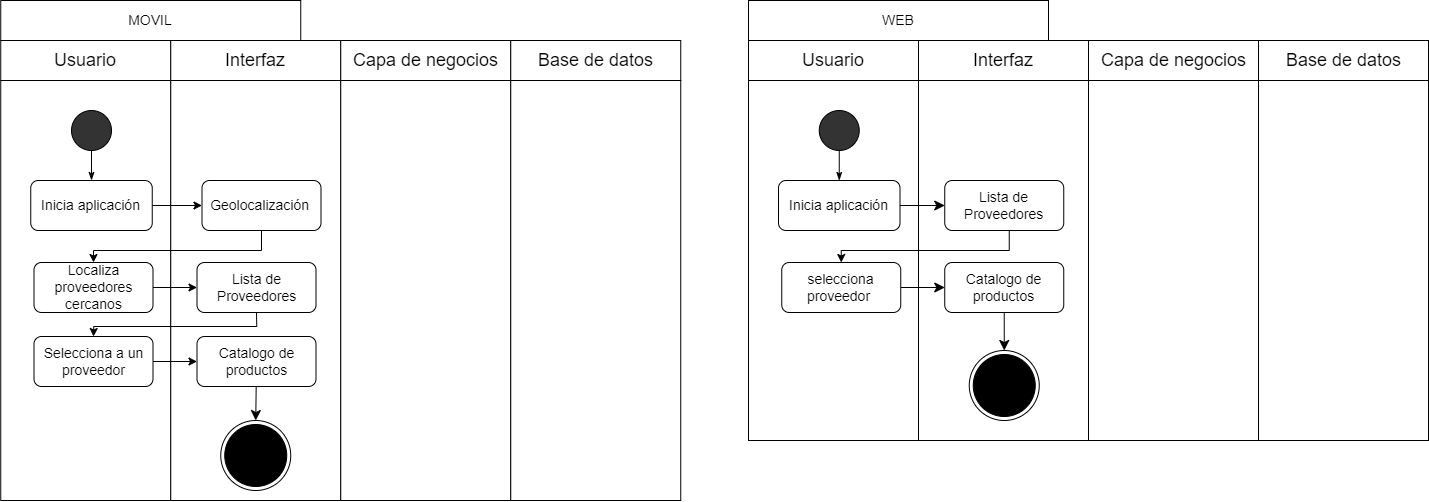
SoyElMato1/Grupo4-GreenMarket keeps this draw.io diagram as Fase 1/Evidencias Grupales/Diagramas/3) Diagrama de Actividad/32) Catalogo de productos.png. Above is the earlier version. Source tidied: cells renumbered, new cells last; positions are measured from the earlier drawing's top-left corner, leaving out a move shared by most shapes.
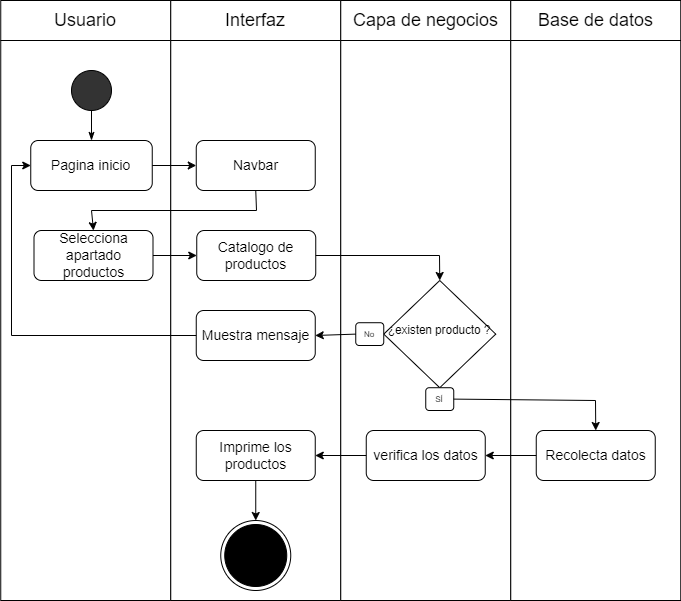
The same file after the commit.

Change to the diagram source:
```diff
@@ -42,179 +42,109 @@
       <mxGeometry x="7.5" y="5" width="155" height="30" as="geometry" />
     </mxCell>
     <mxCell id="15" style="rounded=0;whiteSpace=wrap;html=1;" parent="1" vertex="1">
-      <mxGeometry x="0.2" y="80" width="170" height="420" as="geometry" />
+      <mxGeometry x="0.2" y="80" width="170" height="560" as="geometry" />
     </mxCell>
     <mxCell id="16" style="rounded=0;whiteSpace=wrap;html=1;" parent="1" vertex="1">
-      <mxGeometry x="170.2" y="80" width="170" height="420" as="geometry" />
+      <mxGeometry x="170.2" y="80" width="170" height="560" as="geometry" />
     </mxCell>
     <mxCell id="17" style="rounded=0;whiteSpace=wrap;html=1;" parent="1" vertex="1">
-      <mxGeometry x="340.2" y="80" width="170" height="420" as="geometry" />
+      <mxGeometry x="340.2" y="80" width="170" height="560" as="geometry" />
     </mxCell>
     <mxCell id="18" style="rounded=0;whiteSpace=wrap;html=1;" parent="1" vertex="1">
-      <mxGeometry x="510.2" y="80" width="170" height="420" as="geometry" />
+      <mxGeometry x="510.2" y="80" width="170" height="560" as="geometry" />
     </mxCell>
     <mxCell id="19" style="ellipse;whiteSpace=wrap;html=1;fontSize=18;fillColor=#333333;" parent="1" vertex="1">
       <mxGeometry x="71" y="110" width="40" height="40" as="geometry" />
     </mxCell>
-    <mxCell id="20" value="Inicia aplicación" style="rounded=1;whiteSpace=wrap;html=1;fontSize=14;" parent="1" vertex="1">
-      <mxGeometry x="30.2" y="180" width="121.5" height="50" as="geometry" />
-    </mxCell>
-    <mxCell id="21" style="endArrow=none;html=1;rounded=0;fontSize=18;entryX=0.5;entryY=1;entryDx=0;entryDy=0;exitX=0.5;exitY=0;exitDx=0;exitDy=0;startArrow=classicThin;startFill=1;" parent="1" edge="1" source="20" target="19">
-      <mxGeometry relative="1" as="geometry" />
-    </mxCell>
-    <mxCell id="22" value="Geolocalización&amp;nbsp;" style="rounded=1;whiteSpace=wrap;html=1;fontSize=14;" parent="1" vertex="1">
-      <mxGeometry x="201.5" y="180" width="119" height="50" as="geometry" />
-    </mxCell>
-    <mxCell id="23" style="endArrow=classic;html=1;rounded=0;exitX=1;exitY=0.5;exitDx=0;exitDy=0;entryX=0;entryY=0.5;entryDx=0;entryDy=0;" parent="1" edge="1" source="20" target="22">
-      <mxGeometry relative="1" as="geometry" />
-    </mxCell>
-    <mxCell id="24" style="endArrow=classic;html=1;rounded=0;entryX=0.5;entryY=0;entryDx=0;entryDy=0;exitX=0.5;exitY=1;exitDx=0;exitDy=0;" parent="1" edge="1" source="22" target="26">
-      <mxGeometry relative="1" as="geometry">
-        <Array as="points">
-          <mxPoint x="261" y="250" />
-          <mxPoint x="93" y="250" />
-        </Array>
-      </mxGeometry>
-    </mxCell>
-    <mxCell id="25" style="ellipse;html=1;shape=endState;fillColor=#000000;strokeColor=#000000;" parent="1" vertex="1">
-      <mxGeometry x="220.2" y="420" width="70" height="70" as="geometry" />
-    </mxCell>
-    <mxCell id="26" value="Localiza proveedores cercanos" style="rounded=1;whiteSpace=wrap;html=1;fontSize=14;" parent="1" vertex="1">
-      <mxGeometry x="33.5" y="262" width="119" height="50" as="geometry" />
-    </mxCell>
-    <mxCell id="27" value="Selecciona a un proveedor" style="rounded=1;whiteSpace=wrap;html=1;fontSize=14;" parent="1" vertex="1">
-      <mxGeometry x="33.5" y="336" width="119" height="50" as="geometry" />
-    </mxCell>
-    <mxCell id="28" value="Lista de Proveedores" style="rounded=1;whiteSpace=wrap;html=1;fontSize=14;" parent="1" vertex="1">
-      <mxGeometry x="196.5" y="262" width="119" height="50" as="geometry" />
-    </mxCell>
-    <mxCell id="29" style="edgeStyle=none;curved=1;rounded=0;jettySize=auto;html=1;fontSize=12;startSize=8;endSize=8;" parent="1" edge="1" source="30" target="25">
-      <mxGeometry relative="1" as="geometry" />
-    </mxCell>
-    <mxCell id="30" value="Catalogo de productos" style="rounded=1;whiteSpace=wrap;html=1;fontSize=14;" parent="1" vertex="1">
-      <mxGeometry x="196.5" y="336" width="119" height="50" as="geometry" />
-    </mxCell>
-    <mxCell id="31" style="endArrow=classic;html=1;rounded=0;exitX=1;exitY=0.5;exitDx=0;exitDy=0;entryX=0;entryY=0.5;entryDx=0;entryDy=0;" parent="1" edge="1" source="26" target="28">
-      <mxGeometry relative="1" as="geometry" />
-    </mxCell>
-    <mxCell id="32" style="endArrow=classic;html=1;rounded=0;exitX=0.5;exitY=1;exitDx=0;exitDy=0;entryX=0.5;entryY=0;entryDx=0;entryDy=0;" parent="1" edge="1" source="28" target="27">
-      <mxGeometry relative="1" as="geometry">
-        <Array as="points">
-          <mxPoint x="256.2" y="326" />
-          <mxPoint x="93.2" y="326" />
-        </Array>
-      </mxGeometry>
-    </mxCell>
-    <mxCell id="33" style="endArrow=classic;html=1;rounded=0;exitX=1;exitY=0.5;exitDx=0;exitDy=0;entryX=0;entryY=0.5;entryDx=0;entryDy=0;" parent="1" edge="1" source="27" target="30">
-      <mxGeometry relative="1" as="geometry" />
-    </mxCell>
-    <mxCell id="34" style="group;" parent="1" vertex="1">
-      <mxGeometry x="748" y="40" width="680" height="40" as="geometry" />
-    </mxCell>
-    <mxCell id="35" style="group;" parent="34" vertex="1">
-      <mxGeometry width="170" height="40" as="geometry" />
-    </mxCell>
-    <mxCell id="36" style="rounded=0;whiteSpace=wrap;html=1;fontSize=14;fillColor=#FFFFFF;" parent="35" vertex="1">
-      <mxGeometry width="170" height="40" as="geometry" />
-    </mxCell>
-    <mxCell id="37" value="&lt;font style=&quot;font-size: 18px;&quot;&gt;Usuario&lt;/font&gt;" style="text;html=1;strokeColor=none;fillColor=none;align=center;verticalAlign=middle;whiteSpace=wrap;rounded=0;" parent="35" vertex="1">
-      <mxGeometry x="55" y="5" width="60" height="30" as="geometry" />
-    </mxCell>
-    <mxCell id="38" style="group;" parent="34" vertex="1">
-      <mxGeometry x="170" width="170" height="40" as="geometry" />
-    </mxCell>
-    <mxCell id="39" style="rounded=0;whiteSpace=wrap;html=1;fontSize=14;fillColor=#FFFFFF;" parent="38" vertex="1">
-      <mxGeometry width="170" height="40" as="geometry" />
-    </mxCell>
-    <mxCell id="40" value="&lt;span style=&quot;font-size: 18px;&quot;&gt;Interfaz&lt;/span&gt;" style="text;html=1;strokeColor=none;fillColor=none;align=center;verticalAlign=middle;whiteSpace=wrap;rounded=0;" parent="38" vertex="1">
-      <mxGeometry x="55" y="5" width="60" height="30" as="geometry" />
-    </mxCell>
-    <mxCell id="41" style="group;" parent="34" vertex="1">
-      <mxGeometry x="340" width="170" height="40" as="geometry" />
-    </mxCell>
-    <mxCell id="42" style="rounded=0;whiteSpace=wrap;html=1;fontSize=14;fillColor=#FFFFFF;" parent="41" vertex="1">
-      <mxGeometry width="170" height="40" as="geometry" />
-    </mxCell>
-    <mxCell id="43" value="&lt;span style=&quot;font-size: 18px;&quot;&gt;Capa de negocios&lt;/span&gt;" style="text;html=1;strokeColor=none;fillColor=none;align=center;verticalAlign=middle;whiteSpace=wrap;rounded=0;" parent="41" vertex="1">
-      <mxGeometry x="7.5" y="5" width="155" height="30" as="geometry" />
-    </mxCell>
-    <mxCell id="44" style="group;" parent="34" vertex="1">
-      <mxGeometry x="510" width="170" height="40" as="geometry" />
-    </mxCell>
-    <mxCell id="45" style="rounded=0;whiteSpace=wrap;html=1;fontSize=14;fillColor=#FFFFFF;" parent="44" vertex="1">
-      <mxGeometry width="170" height="40" as="geometry" />
-    </mxCell>
-    <mxCell id="46" value="&lt;span style=&quot;font-size: 18px;&quot;&gt;Base de datos&lt;/span&gt;" style="text;html=1;strokeColor=none;fillColor=none;align=center;verticalAlign=middle;whiteSpace=wrap;rounded=0;" parent="44" vertex="1">
-      <mxGeometry x="7.5" y="5" width="155" height="30" as="geometry" />
-    </mxCell>
-    <mxCell id="47" style="rounded=0;whiteSpace=wrap;html=1;" parent="1" vertex="1">
-      <mxGeometry x="748" y="80" width="170" height="360" as="geometry" />
-    </mxCell>
-    <mxCell id="48" style="rounded=0;whiteSpace=wrap;html=1;" parent="1" vertex="1">
-      <mxGeometry x="918" y="80" width="170" height="360" as="geometry" />
-    </mxCell>
-    <mxCell id="49" style="rounded=0;whiteSpace=wrap;html=1;" parent="1" vertex="1">
-      <mxGeometry x="1088" y="80" width="170" height="360" as="geometry" />
-    </mxCell>
-    <mxCell id="50" style="rounded=0;whiteSpace=wrap;html=1;" parent="1" vertex="1">
-      <mxGeometry x="1258" y="80" width="170" height="360" as="geometry" />
-    </mxCell>
-    <mxCell id="51" style="ellipse;whiteSpace=wrap;html=1;fontSize=18;fillColor=#333333;" parent="1" vertex="1">
-      <mxGeometry x="818.8" y="110" width="40" height="40" as="geometry" />
-    </mxCell>
-    <mxCell id="52" style="edgeStyle=none;curved=1;rounded=0;jettySize=auto;html=1;fontSize=12;startSize=8;endSize=8;" parent="1" edge="1" source="53" target="59">
-      <mxGeometry relative="1" as="geometry" />
-    </mxCell>
-    <mxCell id="53" value="Inicia aplicación" style="rounded=1;whiteSpace=wrap;html=1;fontSize=14;" parent="1" vertex="1">
-      <mxGeometry x="778" y="180" width="121.5" height="50" as="geometry" />
-    </mxCell>
-    <mxCell id="54" style="endArrow=none;html=1;rounded=0;fontSize=18;entryX=0.5;entryY=1;entryDx=0;entryDy=0;exitX=0.5;exitY=0;exitDx=0;exitDy=0;startArrow=classicThin;startFill=1;" parent="1" edge="1" source="53" target="51">
-      <mxGeometry relative="1" as="geometry" />
-    </mxCell>
-    <mxCell id="55" style="endArrow=classic;html=1;rounded=0;entryX=0.5;entryY=0;entryDx=0;entryDy=0;exitX=0.5;exitY=1;exitDx=0;exitDy=0;" parent="1" edge="1" target="58">
-      <mxGeometry relative="1" as="geometry">
-        <mxPoint x="1008.8" y="230" as="sourcePoint" />
-        <Array as="points">
-          <mxPoint x="1008.8" y="250" />
-          <mxPoint x="840.8" y="250" />
-        </Array>
-      </mxGeometry>
-    </mxCell>
-    <mxCell id="56" style="ellipse;html=1;shape=endState;fillColor=#000000;strokeColor=#000000;" parent="1" vertex="1">
-      <mxGeometry x="968.8" y="350" width="70" height="70" as="geometry" />
-    </mxCell>
-    <mxCell id="57" style="edgeStyle=none;curved=1;rounded=0;jettySize=auto;html=1;fontSize=12;startSize=8;endSize=8;" parent="1" edge="1" source="58" target="61">
-      <mxGeometry relative="1" as="geometry" />
-    </mxCell>
-    <mxCell id="58" value="selecciona proveedor&amp;nbsp;" style="rounded=1;whiteSpace=wrap;html=1;fontSize=14;" parent="1" vertex="1">
-      <mxGeometry x="781.2" y="262" width="119" height="50" as="geometry" />
-    </mxCell>
-    <mxCell id="59" value="Lista de Proveedores" style="rounded=1;whiteSpace=wrap;html=1;fontSize=14;" parent="1" vertex="1">
-      <mxGeometry x="944.2" y="180" width="119" height="50" as="geometry" />
-    </mxCell>
-    <mxCell id="60" style="edgeStyle=none;curved=1;rounded=0;jettySize=auto;html=1;fontSize=12;startSize=8;endSize=8;" parent="1" edge="1" source="61" target="56">
-      <mxGeometry relative="1" as="geometry" />
-    </mxCell>
-    <mxCell id="61" value="Catalogo de productos" style="rounded=1;whiteSpace=wrap;html=1;fontSize=14;" parent="1" vertex="1">
-      <mxGeometry x="944.2" y="262" width="119" height="50" as="geometry" />
-    </mxCell>
-    <mxCell id="62" style="group;" parent="1" vertex="1">
-      <mxGeometry x="0.2" width="300.8" height="40" as="geometry" />
-    </mxCell>
-    <mxCell id="63" style="group;" parent="62" vertex="1">
-      <mxGeometry width="300" height="40" as="geometry" />
-    </mxCell>
-    <mxCell id="64" value="MOVIL" style="rounded=0;whiteSpace=wrap;html=1;fontSize=14;fillColor=#FFFFFF;" parent="63" vertex="1">
-      <mxGeometry width="300" height="40" as="geometry" />
-    </mxCell>
-    <mxCell id="65" style="group;" parent="1" vertex="1">
-      <mxGeometry x="748" width="300.8" height="40" as="geometry" />
-    </mxCell>
-    <mxCell id="66" style="group;" parent="65" vertex="1">
-      <mxGeometry width="300" height="40" as="geometry" />
-    </mxCell>
-    <mxCell id="67" value="WEB" style="rounded=0;whiteSpace=wrap;html=1;fontSize=14;fillColor=#FFFFFF;" parent="66" vertex="1">
-      <mxGeometry width="300" height="40" as="geometry" />
-    </mxCell>
+    <mxCell id="68" value="Pagina inicio" style="rounded=1;whiteSpace=wrap;html=1;fontSize=14;" parent="1" vertex="1">
+      <mxGeometry x="30.2" y="180" width="121.5" height="50" as="geometry" />
+    </mxCell>
+    <mxCell id="69" style="endArrow=none;html=1;rounded=0;fontSize=18;entryX=0.5;entryY=1;entryDx=0;entryDy=0;exitX=0.5;exitY=0;exitDx=0;exitDy=0;startArrow=classicThin;startFill=1;" parent="1" edge="1" source="68" target="19">
+      <mxGeometry relative="1" as="geometry" />
+    </mxCell>
+    <mxCell id="70" value="Selecciona apartado productos" style="rounded=1;whiteSpace=wrap;html=1;fontSize=14;" parent="1" vertex="1">
+      <mxGeometry x="33.5" y="270" width="119" height="50" as="geometry" />
+    </mxCell>
+    <mxCell id="71" value="Navbar" style="rounded=1;whiteSpace=wrap;html=1;fontSize=14;" parent="1" vertex="1">
+      <mxGeometry x="195.8" y="180" width="119" height="50" as="geometry" />
+    </mxCell>
+    <mxCell id="72" value="Catalogo de productos" style="rounded=1;whiteSpace=wrap;html=1;fontSize=14;" parent="1" vertex="1">
+      <mxGeometry x="196.2" y="270" width="119" height="50" as="geometry" />
+    </mxCell>
+    <mxCell id="73" style="endArrow=classic;html=1;rounded=0;exitX=0.5;exitY=1;exitDx=0;exitDy=0;entryX=0.5;entryY=0;entryDx=0;entryDy=0;" parent="1" edge="1" source="71" target="70">
+      <mxGeometry relative="1" as="geometry">
+        <Array as="points">
+          <mxPoint x="256" y="250" />
+          <mxPoint x="91" y="250" />
+        </Array>
+      </mxGeometry>
+    </mxCell>
+    <mxCell id="74" style="endArrow=classic;html=1;rounded=0;exitX=1;exitY=0.5;exitDx=0;exitDy=0;entryX=0;entryY=0.5;entryDx=0;entryDy=0;" parent="1" edge="1" source="70" target="72">
+      <mxGeometry relative="1" as="geometry" />
+    </mxCell>
+    <mxCell id="75" style="group;" parent="1" vertex="1">
+      <mxGeometry x="355.2" y="320" width="140" height="130" as="geometry" />
+    </mxCell>
+    <mxCell id="76" value="&lt;font style=&quot;line-height: 0; font-size: 14px;&quot;&gt;&lt;sup style=&quot;&quot;&gt;¿existen producto ?&lt;/sup&gt;&lt;/font&gt;" style="rhombus;whiteSpace=wrap;html=1;fontSize=18;fillColor=#FFFFFF;align=center;" parent="75" vertex="1">
+      <mxGeometry x="28" width="112" height="107.2" as="geometry" />
+    </mxCell>
+    <mxCell id="77" value="No" style="rounded=1;whiteSpace=wrap;html=1;fontSize=8;fillColor=#FFFFFF;" parent="75" vertex="1">
+      <mxGeometry y="42.2" width="28" height="22.8" as="geometry" />
+    </mxCell>
+    <mxCell id="78" value="SÍ" style="rounded=1;whiteSpace=wrap;html=1;fontSize=8;fillColor=#FFFFFF;" parent="75" vertex="1">
+      <mxGeometry x="70" y="107.2" width="28" height="22.8" as="geometry" />
+    </mxCell>
+    <mxCell id="79" value="Recolecta datos" style="rounded=1;whiteSpace=wrap;html=1;fontSize=14;" parent="1" vertex="1">
+      <mxGeometry x="535.8" y="470" width="119" height="50" as="geometry" />
+    </mxCell>
+    <mxCell id="80" value="verifica los datos" style="rounded=1;whiteSpace=wrap;html=1;fontSize=14;" parent="1" vertex="1">
+      <mxGeometry x="365.8" y="470" width="119" height="50" as="geometry" />
+    </mxCell>
+    <mxCell id="81" value="Imprime los productos" style="rounded=1;whiteSpace=wrap;html=1;fontSize=14;" parent="1" vertex="1">
+      <mxGeometry x="195.8" y="470" width="119" height="50" as="geometry" />
+    </mxCell>
+    <mxCell id="82" style="endArrow=classic;html=1;rounded=0;entryX=1;entryY=0.5;entryDx=0;entryDy=0;exitX=0;exitY=0.5;exitDx=0;exitDy=0;" parent="1" edge="1" source="80" target="81">
+      <mxGeometry relative="1" as="geometry" />
+    </mxCell>
+    <mxCell id="83" style="endArrow=classic;html=1;rounded=0;exitX=0;exitY=0.5;exitDx=0;exitDy=0;entryX=1;entryY=0.5;entryDx=0;entryDy=0;" parent="1" edge="1" source="79" target="80">
+      <mxGeometry relative="1" as="geometry" />
+    </mxCell>
+    <mxCell id="84" value="Muestra mensaje" style="rounded=1;whiteSpace=wrap;html=1;fontSize=14;" parent="1" vertex="1">
+      <mxGeometry x="195.8" y="350" width="119" height="50" as="geometry" />
+    </mxCell>
+    <mxCell id="85" style="endArrow=classic;html=1;rounded=0;exitX=0;exitY=0.5;exitDx=0;exitDy=0;entryX=1;entryY=0.5;entryDx=0;entryDy=0;" parent="1" edge="1" source="77" target="84">
+      <mxGeometry relative="1" as="geometry" />
+    </mxCell>
+    <mxCell id="86" style="endArrow=classic;html=1;rounded=0;entryX=0.5;entryY=0;entryDx=0;entryDy=0;exitX=1;exitY=0.5;exitDx=0;exitDy=0;" parent="1" edge="1" source="72" target="76">
+      <mxGeometry relative="1" as="geometry">
+        <Array as="points">
+          <mxPoint x="439" y="295" />
+        </Array>
+      </mxGeometry>
+    </mxCell>
+    <mxCell id="87" style="endArrow=classic;html=1;rounded=0;exitX=1;exitY=0.5;exitDx=0;exitDy=0;entryX=0.5;entryY=0;entryDx=0;entryDy=0;" parent="1" edge="1" source="78" target="79">
+      <mxGeometry relative="1" as="geometry">
+        <Array as="points">
+          <mxPoint x="595" y="440" />
+        </Array>
+      </mxGeometry>
+    </mxCell>
+    <mxCell id="88" style="ellipse;html=1;shape=endState;fillColor=#000000;strokeColor=#000000;" parent="1" vertex="1">
+      <mxGeometry x="220.2" y="560" width="70" height="70" as="geometry" />
+    </mxCell>
+    <mxCell id="89" style="endArrow=classic;html=1;rounded=0;exitX=0.5;exitY=1;exitDx=0;exitDy=0;entryX=0.5;entryY=0;entryDx=0;entryDy=0;" parent="1" edge="1" source="81" target="88">
+      <mxGeometry relative="1" as="geometry" />
+    </mxCell>
+    <mxCell id="90" style="endArrow=classic;html=1;rounded=0;exitX=0;exitY=0.5;exitDx=0;exitDy=0;entryX=0;entryY=0.5;entryDx=0;entryDy=0;" parent="1" edge="1" source="84" target="68">
+      <mxGeometry relative="1" as="geometry">
+        <Array as="points">
+          <mxPoint x="11" y="375" />
+          <mxPoint x="11" y="205" />
+        </Array>
+      </mxGeometry>
+    </mxCell>
+    <mxCell id="91" style="endArrow=classic;html=1;rounded=0;exitX=1;exitY=0.5;exitDx=0;exitDy=0;entryX=0;entryY=0.5;entryDx=0;entryDy=0;" parent="1" edge="1" source="68" target="71">
+      <mxGeometry relative="1" as="geometry" />
+    </mxCell>
   </root>
 </mxGraphModel>
```
